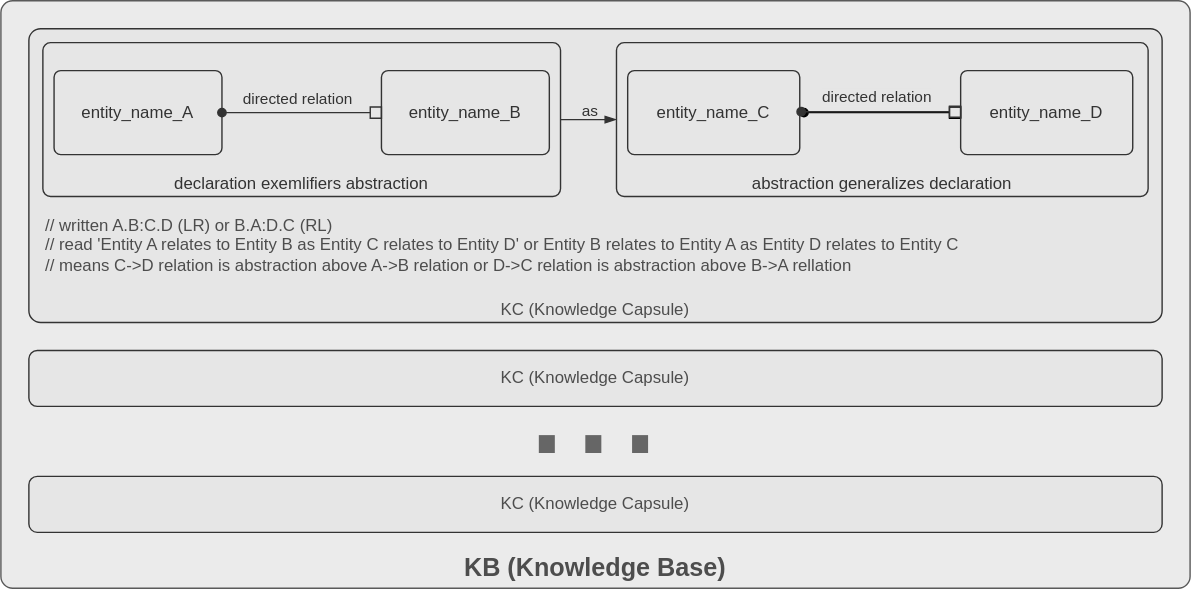
Above: ablang.svg in altershaman/abstractlang (draw.io), before the change. Source tidied: cells renumbered, new cells last; positions are measured from the earlier drawing's top-left corner, leaving out a move shared by most shapes. The source it was exported from:
```xml
<mxGraphModel>
  <root>
    <mxCell id="0" />
    <mxCell id="1" parent="0" />
    <mxCell id="2" value="KB (Knowledge Base)" style="rounded=1;whiteSpace=wrap;html=1;verticalAlign=bottom;fillColor=#E6E6E6;fontColor=#4D4D4D;strokeColor=#333333;arcSize=2;fontStyle=1;fontSize=18;opacity=80;" parent="1" vertex="1">
      <mxGeometry width="850" height="420" as="geometry" />
    </mxCell>
    <mxCell id="3" value="KC (Knowledge Capsule)" style="rounded=1;whiteSpace=wrap;html=1;verticalAlign=bottom;fillColor=#E6E6E6;fontColor=#4D4D4D;arcSize=4;strokeColor=#333333;" parent="1" vertex="1">
      <mxGeometry x="20" y="20" width="810" height="210" as="geometry" />
    </mxCell>
    <mxCell id="4" style="edgeStyle=none;html=1;entryX=0;entryY=0.5;entryDx=0;entryDy=0;startArrow=none;startFill=0;endArrow=blockThin;endFill=1;fontColor=#333333;strokeColor=#333333;labelBackgroundColor=none;" parent="1" edge="1" source="6" target="10">
      <mxGeometry relative="1" as="geometry" />
    </mxCell>
    <mxCell id="5" value="as" style="edgeLabel;html=1;align=center;verticalAlign=middle;labelBackgroundColor=none;fontColor=#333333;" parent="4" vertex="1">
      <mxGeometry x="-0.14" y="1" relative="1" as="geometry">
        <mxPoint x="3" y="-6" as="offset" />
      </mxGeometry>
    </mxCell>
    <mxCell id="6" value="declaration exemlifiers abstraction" style="rounded=1;whiteSpace=wrap;html=1;verticalAlign=bottom;fillColor=none;fillStyle=dots;strokeColor=#333333;fontColor=#333333;arcSize=5;" parent="1" vertex="1">
      <mxGeometry x="30" y="30" width="370" height="110" as="geometry" />
    </mxCell>
    <mxCell id="7" value="directed relation" style="edgeStyle=none;html=1;entryX=0;entryY=0.5;entryDx=0;entryDy=0;startArrow=oval;startFill=1;endArrow=box;endFill=0;strokeColor=#333333;fontColor=#333333;labelBackgroundColor=#E6E6E6;" parent="1" edge="1" source="8" target="9">
      <mxGeometry x="-0.05" y="10" relative="1" as="geometry" />
    </mxCell>
    <mxCell id="8" value="entity_name_A" style="rounded=1;whiteSpace=wrap;html=1;strokeColor=#333333;fillColor=none;fontColor=#333333;arcSize=8;" parent="1" vertex="1">
      <mxGeometry x="38" y="50" width="120" height="60" as="geometry" />
    </mxCell>
    <mxCell id="9" value="entity_name_B" style="rounded=1;whiteSpace=wrap;html=1;strokeColor=#333333;fillColor=none;fontColor=#333333;arcSize=8;" parent="1" vertex="1">
      <mxGeometry x="272" y="50" width="120" height="60" as="geometry" />
    </mxCell>
    <mxCell id="10" value="abstraction generalizes declaration" style="rounded=1;whiteSpace=wrap;html=1;verticalAlign=bottom;fillColor=none;strokeColor=#333333;fontColor=#333333;fillStyle=dots;arcSize=5;" parent="1" vertex="1">
      <mxGeometry x="440" y="30" width="380" height="110" as="geometry" />
    </mxCell>
    <mxCell id="11" style="edgeStyle=none;html=1;entryX=0;entryY=0.5;entryDx=0;entryDy=0;startArrow=oval;startFill=1;endArrow=box;endFill=0;" parent="1" edge="1" target="13">
      <mxGeometry relative="1" as="geometry">
        <mxPoint x="574" y="80" as="sourcePoint" />
      </mxGeometry>
    </mxCell>
    <mxCell id="12" value="entity_name_C" style="rounded=1;whiteSpace=wrap;html=1;fillColor=none;strokeColor=#333333;fontColor=#333333;arcSize=8;" parent="1" vertex="1">
      <mxGeometry x="448" y="50" width="123" height="60" as="geometry" />
    </mxCell>
    <mxCell id="13" value="entity_name_D" style="rounded=1;whiteSpace=wrap;html=1;fillColor=none;strokeColor=#333333;fontColor=#333333;arcSize=8;" parent="1" vertex="1">
      <mxGeometry x="686" y="50" width="123" height="60" as="geometry" />
    </mxCell>
    <mxCell id="14" value="KC (Knowledge Capsule)" style="rounded=1;whiteSpace=wrap;html=1;verticalAlign=middle;fillColor=#E6E6E6;fontColor=#4D4D4D;strokeColor=#333333;" parent="1" vertex="1">
      <mxGeometry x="20" y="250" width="810" height="40" as="geometry" />
    </mxCell>
    <mxCell id="15" value="&lt;span style=&quot;color: rgb(77, 77, 77);&quot;&gt;// written A.B:C.D (LR) or B.A:D.C (RL)&lt;/span&gt;&lt;br style=&quot;color: rgb(77, 77, 77);&quot;&gt;&lt;span style=&quot;color: rgb(77, 77, 77);&quot;&gt;// read 'Entity A relates to Entity B as Entity C relates to Entity D' or Entity B relates to Entity A as Entity D relates to Entity C&lt;br&gt;// means C-&amp;gt;D relation is abstraction above A-&amp;gt;B relation or D-&amp;gt;C relation is abstraction above B-&amp;gt;A rellation&lt;br&gt;&lt;/span&gt;" style="rounded=0;whiteSpace=wrap;html=1;labelBackgroundColor=none;fillStyle=dots;strokeColor=none;fontColor=#FFFFFF;fillColor=none;align=left;" parent="1" vertex="1">
      <mxGeometry x="30" y="145" width="790" height="60" as="geometry" />
    </mxCell>
    <mxCell id="16" value="directed relation" style="edgeStyle=none;html=1;entryX=0;entryY=0.5;entryDx=0;entryDy=0;startArrow=oval;startFill=1;endArrow=box;endFill=0;strokeColor=#333333;fontColor=#333333;labelBackgroundColor=#E6E6E6;" parent="1" edge="1">
      <mxGeometry x="-0.05" y="10" relative="1" as="geometry">
        <mxPoint x="572" y="79.3" as="sourcePoint" />
        <mxPoint x="686" y="79.3" as="targetPoint" />
      </mxGeometry>
    </mxCell>
    <mxCell id="17" value="KC (Knowledge Capsule)" style="rounded=1;whiteSpace=wrap;html=1;verticalAlign=middle;fillColor=#E6E6E6;fontColor=#4D4D4D;strokeColor=#333333;" parent="1" vertex="1">
      <mxGeometry x="20" y="340" width="810" height="40" as="geometry" />
    </mxCell>
    <mxCell id="18" value="&lt;span style=&quot;&quot;&gt;&lt;font style=&quot;font-size: 120px;&quot;&gt;...&lt;/font&gt;&lt;br&gt;&lt;/span&gt;" style="rounded=0;whiteSpace=wrap;html=1;labelBackgroundColor=none;fillStyle=dots;strokeColor=none;fontColor=#666666;fillColor=none;align=center;horizontal=1;" parent="1" vertex="1">
      <mxGeometry x="204" y="276" width="440" height="10" as="geometry" />
    </mxCell>
  </root>
</mxGraphModel>
```
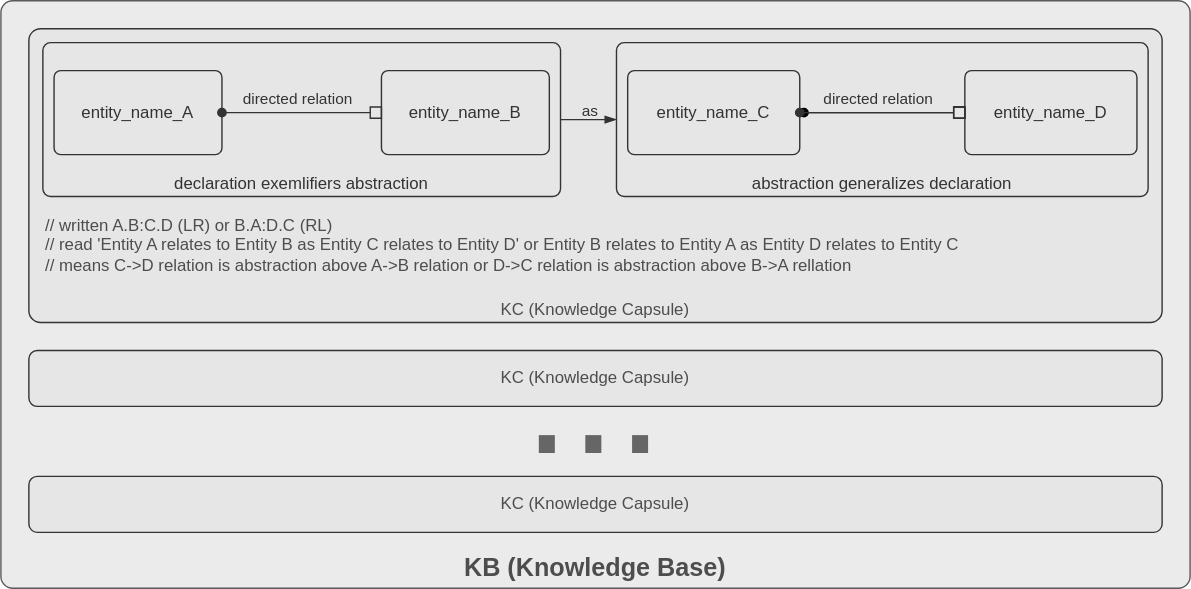
The same diagram one commit later.

Change to the diagram source:
```diff
@@ -40,7 +40,7 @@
       <mxGeometry x="448" y="50" width="123" height="60" as="geometry" />
     </mxCell>
     <mxCell id="13" value="entity_name_D" style="rounded=1;whiteSpace=wrap;html=1;fillColor=none;strokeColor=#333333;fontColor=#333333;arcSize=8;" parent="1" vertex="1">
-      <mxGeometry x="686" y="50" width="123" height="60" as="geometry" />
+      <mxGeometry x="689" y="50" width="123" height="60" as="geometry" />
     </mxCell>
     <mxCell id="14" value="KC (Knowledge Capsule)" style="rounded=1;whiteSpace=wrap;html=1;verticalAlign=middle;fillColor=#E6E6E6;fontColor=#4D4D4D;strokeColor=#333333;" parent="1" vertex="1">
       <mxGeometry x="20" y="250" width="810" height="40" as="geometry" />
@@ -48,11 +48,8 @@
     <mxCell id="15" value="&lt;span style=&quot;color: rgb(77, 77, 77);&quot;&gt;// written A.B:C.D (LR) or B.A:D.C (RL)&lt;/span&gt;&lt;br style=&quot;color: rgb(77, 77, 77);&quot;&gt;&lt;span style=&quot;color: rgb(77, 77, 77);&quot;&gt;// read 'Entity A relates to Entity B as Entity C relates to Entity D' or Entity B relates to Entity A as Entity D relates to Entity C&lt;br&gt;// means C-&amp;gt;D relation is abstraction above A-&amp;gt;B relation or D-&amp;gt;C relation is abstraction above B-&amp;gt;A rellation&lt;br&gt;&lt;/span&gt;" style="rounded=0;whiteSpace=wrap;html=1;labelBackgroundColor=none;fillStyle=dots;strokeColor=none;fontColor=#FFFFFF;fillColor=none;align=left;" parent="1" vertex="1">
       <mxGeometry x="30" y="145" width="790" height="60" as="geometry" />
     </mxCell>
-    <mxCell id="16" value="directed relation" style="edgeStyle=none;html=1;entryX=0;entryY=0.5;entryDx=0;entryDy=0;startArrow=oval;startFill=1;endArrow=box;endFill=0;strokeColor=#333333;fontColor=#333333;labelBackgroundColor=#E6E6E6;" parent="1" edge="1">
-      <mxGeometry x="-0.05" y="10" relative="1" as="geometry">
-        <mxPoint x="572" y="79.3" as="sourcePoint" />
-        <mxPoint x="686" y="79.3" as="targetPoint" />
-      </mxGeometry>
+    <mxCell id="16" value="directed relation" style="edgeStyle=none;html=1;startArrow=oval;startFill=1;endArrow=box;endFill=0;strokeColor=#333333;fontColor=#333333;labelBackgroundColor=#E6E6E6;exitX=1;exitY=0.5;exitDx=0;exitDy=0;" parent="1" edge="1" source="12" target="13">
+      <mxGeometry x="-0.05" y="10" relative="1" as="geometry" />
     </mxCell>
     <mxCell id="17" value="KC (Knowledge Capsule)" style="rounded=1;whiteSpace=wrap;html=1;verticalAlign=middle;fillColor=#E6E6E6;fontColor=#4D4D4D;strokeColor=#333333;" parent="1" vertex="1">
       <mxGeometry x="20" y="340" width="810" height="40" as="geometry" />
```
